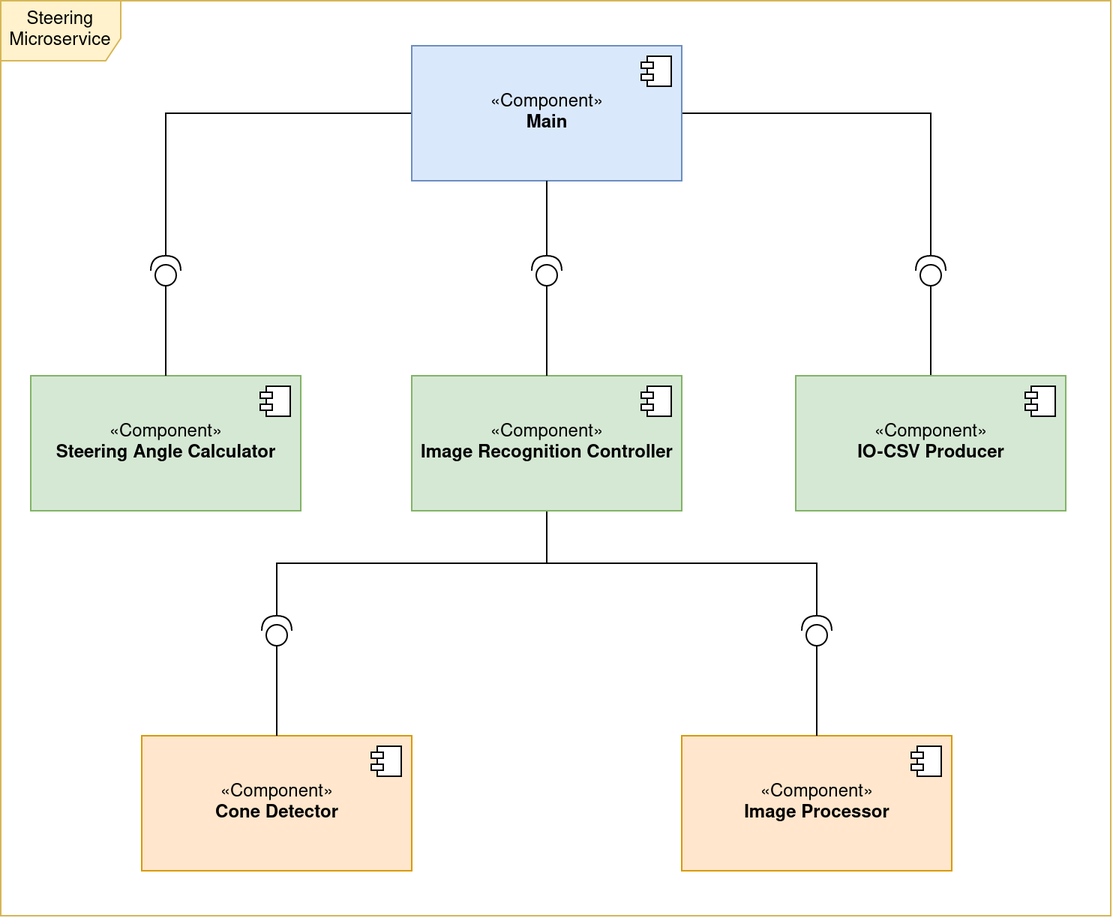
This is diagrams/component-diagram.png from eemilj/steering-microservice, a draw.io export, as it was before one commit. Source tidied: cells renumbered, new cells last; positions are measured from the earlier drawing's top-left corner, leaving out a move shared by most shapes.
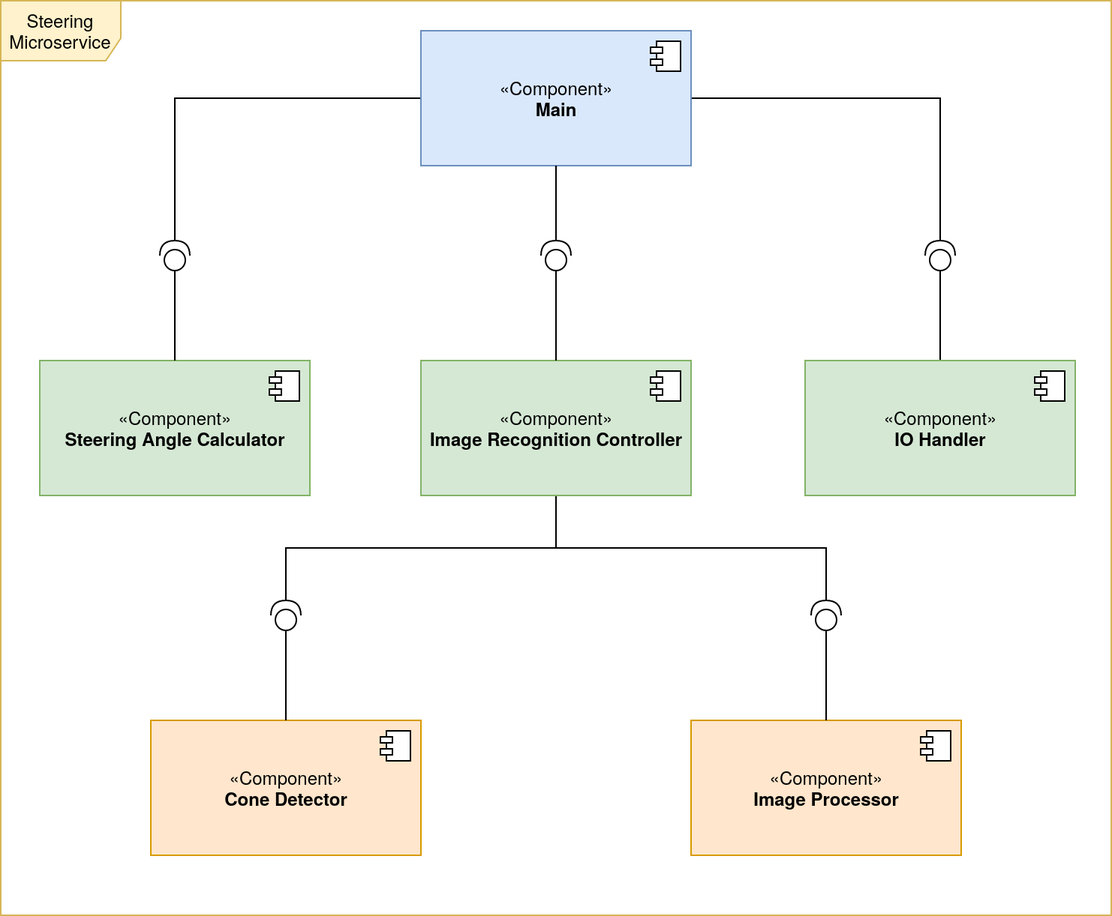
Above is the later version.

Commit message:
Update component diagram due to refactoring

Renamed IO-CSV Producer to IO Handler

The edit, as a diff of the source:
```diff
@@ -11,27 +11,27 @@
     <mxCell id="4" value="«Component»&lt;br&gt;&lt;b&gt;Main&lt;/b&gt;" style="html=1;fillColor=#dae8fc;strokeColor=#6c8ebf;" parent="1" vertex="1">
       <mxGeometry x="274" y="30" width="180" height="90" as="geometry" />
     </mxCell>
-    <mxCell id="5" style="shape=module;jettyWidth=8;jettyHeight=4;" parent="4" vertex="1">
-      <mxGeometry x="1" width="20" height="20" relative="1" as="geometry">
-        <mxPoint x="-27" y="7" as="offset" />
-      </mxGeometry>
-    </mxCell>
+    <mxCell id="30" style="shape=module;jettyWidth=8;jettyHeight=4;" parent="4" vertex="1">
+      <mxGeometry x="1" width="20" height="20" relative="1" as="geometry">
+        <mxPoint x="-27" y="7" as="offset" />
+      </mxGeometry>
+    </mxCell>
     <mxCell id="6" value="«Component»&lt;br&gt;&lt;b&gt;Image Processor&lt;br&gt;&lt;/b&gt;" style="html=1;fillColor=#ffe6cc;strokeColor=#d79b00;" parent="1" vertex="1">
       <mxGeometry x="454" y="490" width="180" height="90" as="geometry" />
     </mxCell>
-    <mxCell id="7" style="shape=module;jettyWidth=8;jettyHeight=4;" parent="6" vertex="1">
-      <mxGeometry x="1" width="20" height="20" relative="1" as="geometry">
-        <mxPoint x="-27" y="7" as="offset" />
-      </mxGeometry>
-    </mxCell>
+    <mxCell id="31" style="shape=module;jettyWidth=8;jettyHeight=4;" parent="6" vertex="1">
+      <mxGeometry x="1" width="20" height="20" relative="1" as="geometry">
+        <mxPoint x="-27" y="7" as="offset" />
+      </mxGeometry>
+    </mxCell>
     <mxCell id="8" value="«Component»&lt;br&gt;&lt;b&gt;Steering Angle Calculator&lt;br&gt;&lt;/b&gt;" style="html=1;fillColor=#d5e8d4;strokeColor=#82b366;" parent="1" vertex="1">
       <mxGeometry x="20" y="250" width="180" height="90" as="geometry" />
     </mxCell>
-    <mxCell id="9" style="shape=module;jettyWidth=8;jettyHeight=4;" parent="8" vertex="1">
-      <mxGeometry x="1" width="20" height="20" relative="1" as="geometry">
-        <mxPoint x="-27" y="7" as="offset" />
-      </mxGeometry>
-    </mxCell>
+    <mxCell id="32" style="shape=module;jettyWidth=8;jettyHeight=4;" parent="8" vertex="1">
+      <mxGeometry x="1" width="20" height="20" relative="1" as="geometry">
+        <mxPoint x="-27" y="7" as="offset" />
+      </mxGeometry>
+    </mxCell>
     <mxCell id="10" style="edgeStyle=orthogonalEdgeStyle;rounded=0;jettySize=auto;html=1;exitX=0.5;exitY=1;exitDx=0;exitDy=0;entryX=1;entryY=0.5;entryDx=0;entryDy=0;entryPerimeter=0;endArrow=none;endFill=0;" parent="1" edge="1" source="12" target="23">
       <mxGeometry relative="1" as="geometry" />
     </mxCell>
@@ -41,30 +41,30 @@
     <mxCell id="12" value="«Component»&lt;br&gt;&lt;b&gt;Image Recognition Controller&lt;br&gt;&lt;/b&gt;" style="html=1;fillColor=#d5e8d4;strokeColor=#82b366;" parent="1" vertex="1">
       <mxGeometry x="274" y="250" width="180" height="90" as="geometry" />
     </mxCell>
-    <mxCell id="13" style="shape=module;jettyWidth=8;jettyHeight=4;" parent="12" vertex="1">
-      <mxGeometry x="1" width="20" height="20" relative="1" as="geometry">
-        <mxPoint x="-27" y="7" as="offset" />
-      </mxGeometry>
-    </mxCell>
-    <mxCell id="14" style="rounded=0;jettySize=auto;html=1;exitX=0.5;exitY=0;exitDx=0;exitDy=0;entryX=0;entryY=0.5;entryDx=0;entryDy=0;entryPerimeter=0;endArrow=none;endFill=0;strokeColor=#000000;" parent="1" edge="1" source="15" target="21">
-      <mxGeometry relative="1" as="geometry" />
-    </mxCell>
-    <mxCell id="15" value="«Component»&lt;br&gt;&lt;b&gt;IO-CSV Producer&lt;br&gt;&lt;/b&gt;" style="html=1;fillColor=#d5e8d4;strokeColor=#82b366;" parent="1" vertex="1">
-      <mxGeometry x="530" y="250" width="180" height="90" as="geometry" />
-    </mxCell>
-    <mxCell id="16" style="shape=module;jettyWidth=8;jettyHeight=4;" parent="15" vertex="1">
-      <mxGeometry x="1" width="20" height="20" relative="1" as="geometry">
-        <mxPoint x="-27" y="7" as="offset" />
-      </mxGeometry>
-    </mxCell>
+    <mxCell id="33" style="shape=module;jettyWidth=8;jettyHeight=4;" parent="12" vertex="1">
+      <mxGeometry x="1" width="20" height="20" relative="1" as="geometry">
+        <mxPoint x="-27" y="7" as="offset" />
+      </mxGeometry>
+    </mxCell>
+    <mxCell id="34" style="rounded=0;jettySize=auto;html=1;exitX=0.5;exitY=0;exitDx=0;exitDy=0;entryX=0;entryY=0.5;entryDx=0;entryDy=0;entryPerimeter=0;endArrow=none;endFill=0;strokeColor=#000000;" parent="1" edge="1" source="35" target="21">
+      <mxGeometry relative="1" as="geometry" />
+    </mxCell>
+    <mxCell id="35" value="«Component»&lt;br&gt;&lt;b&gt;IO Handler&lt;br&gt;&lt;/b&gt;" style="html=1;fillColor=#d5e8d4;strokeColor=#82b366;" parent="1" vertex="1">
+      <mxGeometry x="530" y="250" width="180" height="90" as="geometry" />
+    </mxCell>
+    <mxCell id="36" style="shape=module;jettyWidth=8;jettyHeight=4;" parent="35" vertex="1">
+      <mxGeometry x="1" width="20" height="20" relative="1" as="geometry">
+        <mxPoint x="-27" y="7" as="offset" />
+      </mxGeometry>
+    </mxCell>
     <mxCell id="17" value="«Component»&lt;br&gt;&lt;b&gt;Cone Detector&lt;/b&gt;" style="html=1;fillColor=#ffe6cc;strokeColor=#d79b00;" parent="1" vertex="1">
       <mxGeometry x="94" y="490" width="180" height="90" as="geometry" />
     </mxCell>
-    <mxCell id="18" style="shape=module;jettyWidth=8;jettyHeight=4;" parent="17" vertex="1">
-      <mxGeometry x="1" width="20" height="20" relative="1" as="geometry">
-        <mxPoint x="-27" y="7" as="offset" />
-      </mxGeometry>
-    </mxCell>
+    <mxCell id="37" style="shape=module;jettyWidth=8;jettyHeight=4;" parent="17" vertex="1">
+      <mxGeometry x="1" width="20" height="20" relative="1" as="geometry">
+        <mxPoint x="-27" y="7" as="offset" />
+      </mxGeometry>
+    </mxCell>
     <mxCell id="19" style="shape=providedRequiredInterface;html=1;verticalLabelPosition=bottom;rotation=-90;" parent="1" vertex="1">
       <mxGeometry x="100" y="170" width="20" height="20" as="geometry" />
     </mxCell>
@@ -96,7 +96,7 @@
       <mxGeometry relative="1" as="geometry" />
     </mxCell>
     <mxCell id="29" value="Steering Microservice" style="shape=umlFrame;whiteSpace=wrap;html=1;width=80;height=40;fillColor=#fff2cc;shadow=0;sketch=0;strokeColor=#d6b656;" parent="1" vertex="1">
-      <mxGeometry width="740" height="610" as="geometry" />
+      <mxGeometry x="-6" y="10" width="740" height="610" as="geometry" />
     </mxCell>
   </root>
 </mxGraphModel>
```
